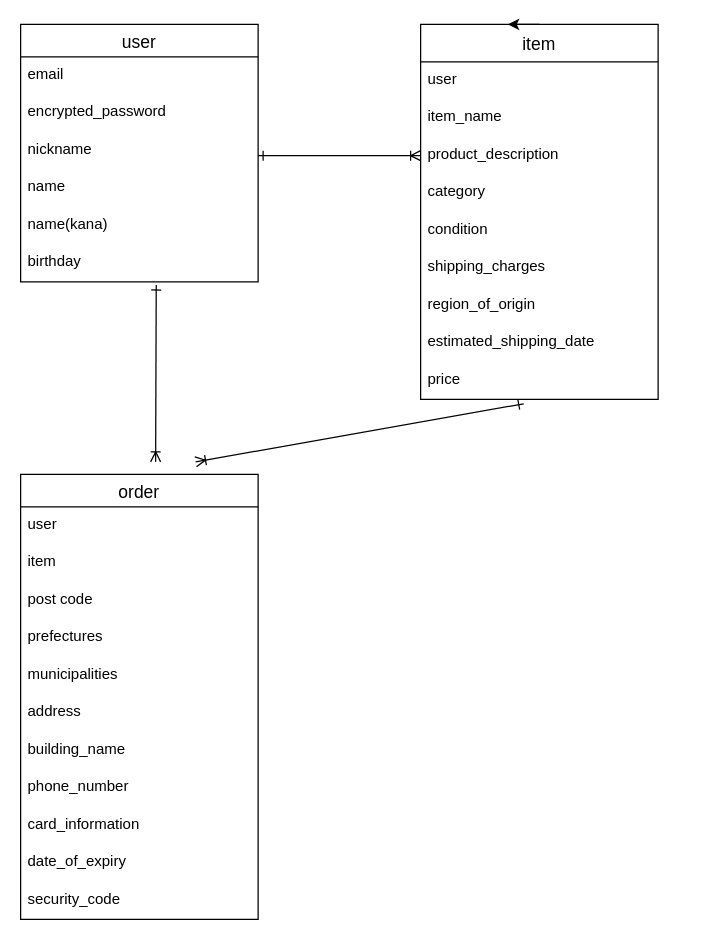
Above: test.drawio in hama-hiroki/furima-38320 (draw.io), before the change. Source tidied: cells renumbered, new cells numbered last; positions are measured from the earlier drawing's top-left corner, leaving out a move shared by most shapes. Both pictures are drawn from the tidied source at 125%, with x=0, y=0 at pixel (20, 24).
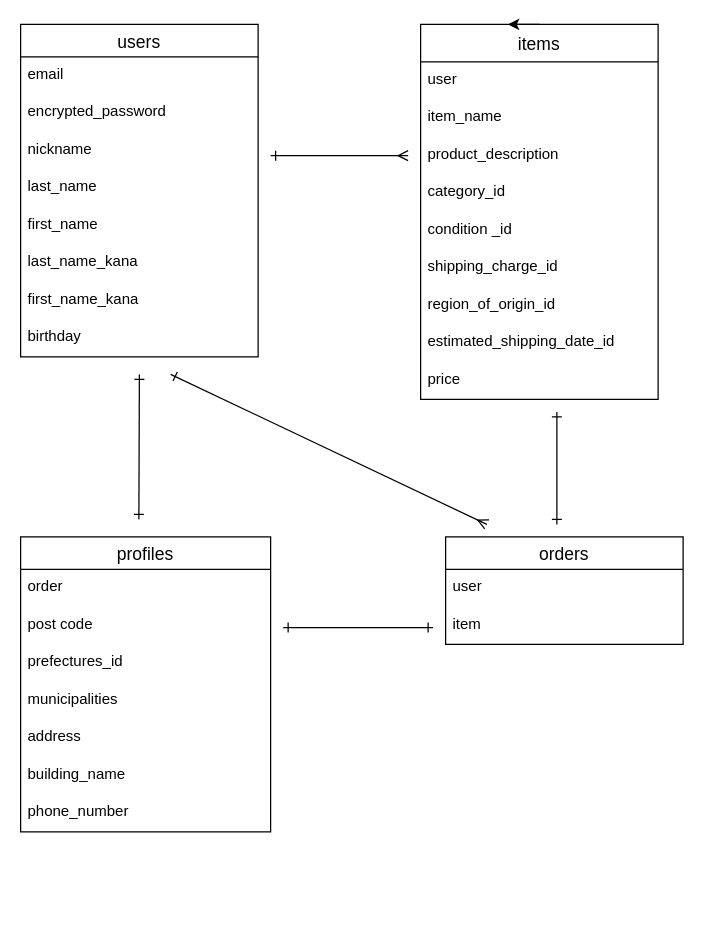
After the change.

Unchanged cells that the change refers to:
```xml
<mxCell id="12" value="product_description" style="text;strokeColor=none;fillColor=none;spacingLeft=4;spacingRight=4;overflow=hidden;points=[[0,0.5],[1,0.5]];portConstraint=eastwest;fontSize=12;" parent="9" vertex="1">
  <mxGeometry y="90" width="190" height="30" as="geometry" />
</mxCell>
<mxCell id="18" value="price " style="text;strokeColor=none;fillColor=none;spacingLeft=4;spacingRight=4;overflow=hidden;points=[[0,0.5],[1,0.5]];portConstraint=eastwest;fontSize=12;" parent="9" vertex="1">
  <mxGeometry y="270" width="190" height="30" as="geometry" />
</mxCell>
```

Change to the diagram source:
```diff
@@
+    <mxCell id="36" style="edgeStyle=none;html=1;startArrow=ERone;startFill=0;endArrow=ERmany;endFill=0;" parent="1" edge="1">
+      <mxGeometry relative="1" as="geometry">
+        <mxPoint x="120" y="280" as="sourcePoint" />
+        <mxPoint x="373" y="400" as="targetPoint" />
+      </mxGeometry>
+    </mxCell>
+    <mxCell id="37" style="edgeStyle=none;html=1;startArrow=ERone;startFill=0;endArrow=ERone;endFill=0;" parent="1" edge="1">
+      <mxGeometry relative="1" as="geometry">
+        <mxPoint x="95" y="280" as="sourcePoint" />
+        <mxPoint x="94.6" y="396" as="targetPoint" />
+      </mxGeometry>
+    </mxCell>
-    <mxCell id="2" value="user" style="swimlane;fontStyle=0;horizontal=1;startSize=26;align=center;fontSize=14;" parent="1" vertex="1">
-      <mxGeometry width="190" height="206" as="geometry" />
+    <mxCell id="2" value="users" style="swimlane;fontStyle=0;horizontal=1;startSize=26;align=center;fontSize=14;" parent="1" vertex="1">
+      <mxGeometry width="190" height="266" as="geometry" />
     </mxCell>
@@
-    <mxCell id="6" value="name " style="text;strokeColor=none;fillColor=none;spacingLeft=4;spacingRight=4;overflow=hidden;fontSize=12;" parent="2" vertex="1">
+    <mxCell id="6" value="last_name " style="text;strokeColor=none;fillColor=none;spacingLeft=4;spacingRight=4;overflow=hidden;fontSize=12;" parent="2" vertex="1">
       <mxGeometry y="116" width="190" height="30" as="geometry" />
     </mxCell>
-    <mxCell id="7" value="name(kana)  " style="text;strokeColor=none;fillColor=none;spacingLeft=4;spacingRight=4;overflow=hidden;fontSize=12;" parent="2" vertex="1">
+    <mxCell id="7" value="first_name" style="text;strokeColor=none;fillColor=none;spacingLeft=4;spacingRight=4;overflow=hidden;fontSize=12;" parent="2" vertex="1">
       <mxGeometry y="146" width="190" height="30" as="geometry" />
     </mxCell>
+    <mxCell id="38" value="last_name_kana " style="text;strokeColor=none;fillColor=none;spacingLeft=4;spacingRight=4;overflow=hidden;fontSize=12;" parent="2" vertex="1">
+      <mxGeometry y="176" width="190" height="30" as="geometry" />
+    </mxCell>
+    <mxCell id="39" value="first_name_kana" style="text;strokeColor=none;fillColor=none;spacingLeft=4;spacingRight=4;overflow=hidden;fontSize=12;" parent="2" vertex="1">
+      <mxGeometry y="206" width="190" height="30" as="geometry" />
+    </mxCell>
     <mxCell id="8" value="birthday   " style="text;strokeColor=none;fillColor=none;spacingLeft=4;spacingRight=4;overflow=hidden;points=[[0,0.5],[1,0.5]];portConstraint=eastwest;fontSize=12;" parent="2" vertex="1">
-      <mxGeometry y="176" width="190" height="30" as="geometry" />
+      <mxGeometry y="236" width="190" height="30" as="geometry" />
     </mxCell>
-    <mxCell id="9" value="item" style="swimlane;fontStyle=0;horizontal=1;startSize=30;align=center;fontSize=14;" parent="1" vertex="1">
+    <mxCell id="9" value="items" style="swimlane;fontStyle=0;horizontal=1;startSize=30;align=center;fontSize=14;" parent="1" vertex="1">
       <mxGeometry x="320" width="190" height="300" as="geometry" />
     </mxCell>
@@
-    <mxCell id="13" value="category" style="text;strokeColor=none;fillColor=none;spacingLeft=4;spacingRight=4;overflow=hidden;fontSize=12;" parent="9" vertex="1">
+    <mxCell id="13" value="category_id" style="text;strokeColor=none;fillColor=none;spacingLeft=4;spacingRight=4;overflow=hidden;fontSize=12;" parent="9" vertex="1">
       <mxGeometry y="120" width="190" height="30" as="geometry" />
     </mxCell>
-    <mxCell id="14" value="condition " style="text;strokeColor=none;fillColor=none;spacingLeft=4;spacingRight=4;overflow=hidden;fontSize=12;" parent="9" vertex="1">
+    <mxCell id="14" value="condition _id" style="text;strokeColor=none;fillColor=none;spacingLeft=4;spacingRight=4;overflow=hidden;fontSize=12;" parent="9" vertex="1">
       <mxGeometry y="150" width="190" height="30" as="geometry" />
     </mxCell>
-    <mxCell id="15" value="shipping_charges " style="text;strokeColor=none;fillColor=none;spacingLeft=4;spacingRight=4;overflow=hidden;fontSize=12;" parent="9" vertex="1">
+    <mxCell id="15" value="shipping_charge_id" style="text;strokeColor=none;fillColor=none;spacingLeft=4;spacingRight=4;overflow=hidden;fontSize=12;" parent="9" vertex="1">
       <mxGeometry y="180" width="190" height="30" as="geometry" />
     </mxCell>
-    <mxCell id="16" value="region_of_origin" style="text;strokeColor=none;fillColor=none;spacingLeft=4;spacingRight=4;overflow=hidden;fontSize=12;" parent="9" vertex="1">
+    <mxCell id="16" value="region_of_origin_id" style="text;strokeColor=none;fillColor=none;spacingLeft=4;spacingRight=4;overflow=hidden;fontSize=12;" parent="9" vertex="1">
       <mxGeometry y="210" width="190" height="30" as="geometry" />
     </mxCell>
-    <mxCell id="17" value="estimated_shipping_date" style="text;strokeColor=none;fillColor=none;spacingLeft=4;spacingRight=4;overflow=hidden;fontSize=12;" parent="9" vertex="1">
+    <mxCell id="17" value="estimated_shipping_date_id&#10;" style="text;strokeColor=none;fillColor=none;spacingLeft=4;spacingRight=4;overflow=hidden;fontSize=12;" parent="9" vertex="1">
       <mxGeometry y="240" width="190" height="30" as="geometry" />
     </mxCell>
@@
-    <mxCell id="20" value="order" style="swimlane;fontStyle=0;horizontal=1;startSize=26;align=center;fontSize=14;" parent="1" vertex="1">
-      <mxGeometry y="360" width="190" height="356" as="geometry" />
+    <mxCell id="20" value="orders" style="swimlane;fontStyle=0;horizontal=1;startSize=26;align=center;fontSize=14;" parent="1" vertex="1">
+      <mxGeometry x="340" y="410" width="190" height="86" as="geometry" />
     </mxCell>
@@
+    <mxCell id="33" style="edgeStyle=none;html=1;endArrow=ERmany;endFill=0;startArrow=ERone;startFill=0;" parent="1" edge="1">
+      <mxGeometry relative="1" as="geometry">
+        <mxPoint x="200" y="105" as="sourcePoint" />
+        <mxPoint x="310" y="105" as="targetPoint" />
+      </mxGeometry>
+    </mxCell>
+    <mxCell id="34" style="edgeStyle=none;html=1;endArrow=ERone;endFill=0;startArrow=ERone;startFill=0;" parent="1" edge="1">
+      <mxGeometry relative="1" as="geometry">
+        <mxPoint x="429" y="400" as="sourcePoint" />
+        <mxPoint x="429" y="310" as="targetPoint" />
+      </mxGeometry>
+    </mxCell>
+    <mxCell id="40" style="edgeStyle=none;html=1;startArrow=ERone;startFill=0;endArrow=ERone;endFill=0;" parent="1" edge="1">
+      <mxGeometry relative="1" as="geometry">
+        <mxPoint x="210" y="482.5" as="sourcePoint" />
+        <mxPoint x="330" y="482.5" as="targetPoint" />
+      </mxGeometry>
+    </mxCell>
+    <mxCell id="41" value="profiles" style="swimlane;fontStyle=0;horizontal=1;startSize=26;align=center;fontSize=14;" parent="1" vertex="1">
+      <mxGeometry y="410" width="200" height="236" as="geometry" />
+    </mxCell>
+    <mxCell id="42" value="order" style="text;strokeColor=none;fillColor=none;spacingLeft=4;spacingRight=4;overflow=hidden;fontSize=12;" parent="41" vertex="1">
+      <mxGeometry y="26" width="200" height="30" as="geometry" />
+    </mxCell>
-    <mxCell id="23" value="post code" style="text;strokeColor=none;fillColor=none;spacingLeft=4;spacingRight=4;overflow=hidden;fontSize=12;" parent="20" vertex="1">
-      <mxGeometry y="86" width="190" height="30" as="geometry" />
+    <mxCell id="23" value="post code" style="text;strokeColor=none;fillColor=none;spacingLeft=4;spacingRight=4;overflow=hidden;fontSize=12;" parent="41" vertex="1">
+      <mxGeometry y="56" width="200" height="30" as="geometry" />
     </mxCell>
-    <mxCell id="24" value="prefectures" style="text;strokeColor=none;fillColor=none;spacingLeft=4;spacingRight=4;overflow=hidden;fontSize=12;" parent="20" vertex="1">
-      <mxGeometry y="116" width="190" height="30" as="geometry" />
-    </mxCell>
+    <mxCell id="43" value="prefectures_id" style="text;strokeColor=none;fillColor=none;spacingLeft=4;spacingRight=4;overflow=hidden;fontSize=12;" parent="41" vertex="1">
+      <mxGeometry y="86" width="200" height="30" as="geometry" />
+    </mxCell>
-    <mxCell id="25" value="municipalities" style="text;strokeColor=none;fillColor=none;spacingLeft=4;spacingRight=4;overflow=hidden;fontSize=12;" parent="20" vertex="1">
-      <mxGeometry y="146" width="190" height="30" as="geometry" />
+    <mxCell id="25" value="municipalities" style="text;strokeColor=none;fillColor=none;spacingLeft=4;spacingRight=4;overflow=hidden;fontSize=12;" parent="41" vertex="1">
+      <mxGeometry y="116" width="200" height="30" as="geometry" />
     </mxCell>
-    <mxCell id="26" value="address" style="text;strokeColor=none;fillColor=none;spacingLeft=4;spacingRight=4;overflow=hidden;fontSize=12;" parent="20" vertex="1">
-      <mxGeometry y="176" width="190" height="30" as="geometry" />
+    <mxCell id="26" value="address" style="text;strokeColor=none;fillColor=none;spacingLeft=4;spacingRight=4;overflow=hidden;fontSize=12;" parent="41" vertex="1">
+      <mxGeometry y="146" width="200" height="30" as="geometry" />
     </mxCell>
-    <mxCell id="27" value="building_name" style="text;strokeColor=none;fillColor=none;spacingLeft=4;spacingRight=4;overflow=hidden;fontSize=12;" parent="20" vertex="1">
-      <mxGeometry y="206" width="190" height="30" as="geometry" />
+    <mxCell id="27" value="building_name" style="text;strokeColor=none;fillColor=none;spacingLeft=4;spacingRight=4;overflow=hidden;fontSize=12;" parent="41" vertex="1">
+      <mxGeometry y="176" width="200" height="30" as="geometry" />
     </mxCell>
-    <mxCell id="28" value="phone_number" style="text;strokeColor=none;fillColor=none;spacingLeft=4;spacingRight=4;overflow=hidden;fontSize=12;" parent="20" vertex="1">
-      <mxGeometry y="236" width="190" height="30" as="geometry" />
+    <mxCell id="28" value="phone_number" style="text;strokeColor=none;fillColor=none;spacingLeft=4;spacingRight=4;overflow=hidden;fontSize=12;" parent="41" vertex="1">
+      <mxGeometry y="206" width="200" height="30" as="geometry" />
     </mxCell>
-    <mxCell id="29" value="card_information" style="text;strokeColor=none;fillColor=none;spacingLeft=4;spacingRight=4;overflow=hidden;fontSize=12;" parent="20" vertex="1">
-      <mxGeometry y="266" width="190" height="30" as="geometry" />
-    </mxCell>
-    <mxCell id="30" value="date_of_expiry" style="text;strokeColor=none;fillColor=none;spacingLeft=4;spacingRight=4;overflow=hidden;fontSize=12;" parent="20" vertex="1">
-      <mxGeometry y="296" width="190" height="30" as="geometry" />
-    </mxCell>
-    <mxCell id="31" value="security_code" style="text;strokeColor=none;fillColor=none;spacingLeft=4;spacingRight=4;overflow=hidden;fontSize=12;" parent="20" vertex="1">
-      <mxGeometry y="326" width="190" height="30" as="geometry" />
-    </mxCell>
-    <mxCell id="32" style="text;strokeColor=none;fillColor=none;spacingLeft=4;spacingRight=4;overflow=hidden;fontSize=12;" parent="1" vertex="1">
-      <mxGeometry x="330" y="190" width="190" height="30" as="geometry" />
-    </mxCell>
-    <mxCell id="33" style="edgeStyle=none;html=1;endArrow=ERoneToMany;endFill=0;startArrow=ERone;startFill=0;entryX=0;entryY=0.5;entryDx=0;entryDy=0;" parent="1" edge="1" target="12">
-      <mxGeometry relative="1" as="geometry">
-        <mxPoint x="190" y="105" as="sourcePoint" />
-      </mxGeometry>
-    </mxCell>
-    <mxCell id="34" style="edgeStyle=none;html=1;endArrow=ERoneToMany;endFill=0;startArrow=ERone;startFill=0;exitX=0.434;exitY=1.117;exitDx=0;exitDy=0;exitPerimeter=0;" parent="1" edge="1" source="18">
-      <mxGeometry relative="1" as="geometry">
-        <mxPoint x="140" y="350" as="targetPoint" />
-      </mxGeometry>
-    </mxCell>
-    <mxCell id="35" style="edgeStyle=none;html=1;endArrow=ERoneToMany;endFill=0;startArrow=ERone;startFill=0;exitX=0.571;exitY=1.083;exitDx=0;exitDy=0;exitPerimeter=0;" parent="1" edge="1" source="8">
-      <mxGeometry relative="1" as="geometry">
-        <mxPoint x="108" y="350" as="targetPoint" />
-      </mxGeometry>
-    </mxCell>
```
